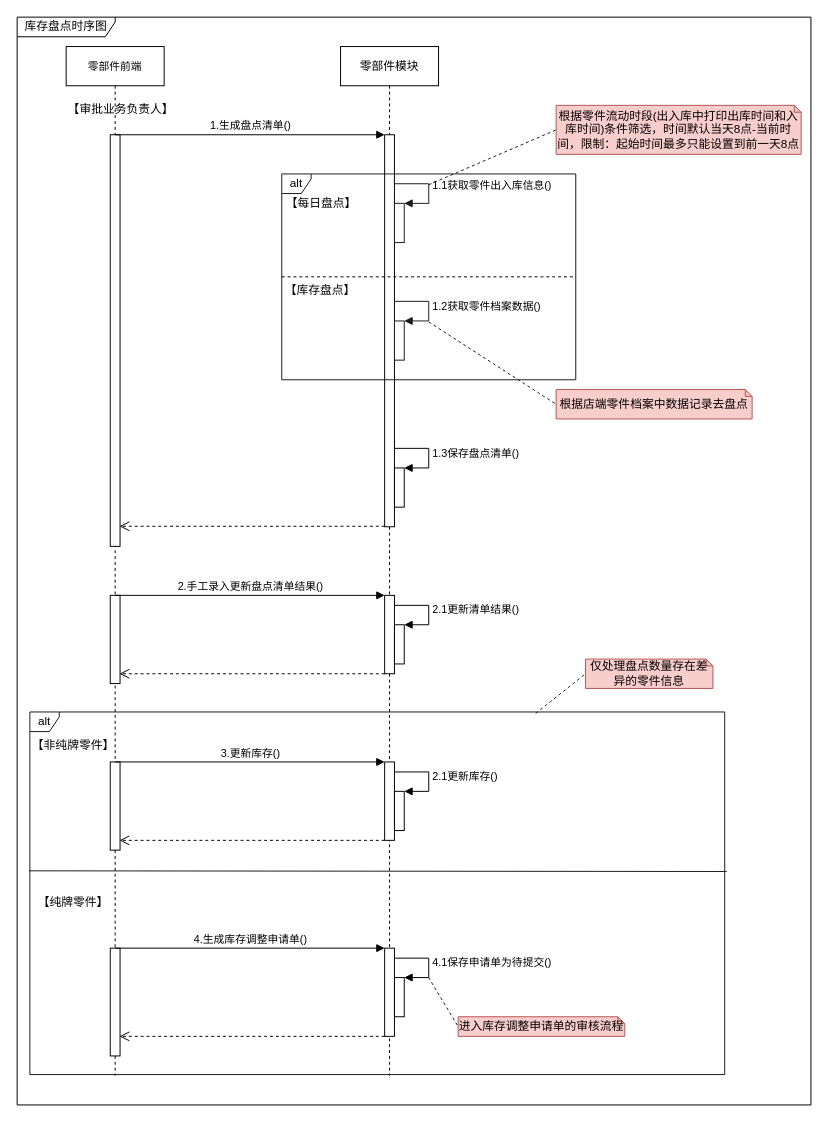
This is page "时序图" (1 of 6) of 库存管理-库存盘点.drawio from 1132489442/gitRepository1, a draw.io file, before an edit. Source tidied: cells renumbered, new cells numbered last; positions are measured from the earlier drawing's top-left corner, leaving out a move shared by most shapes. Both pictures are drawn from the tidied source at 98%, with x=0, y=0 at pixel (17, 17).
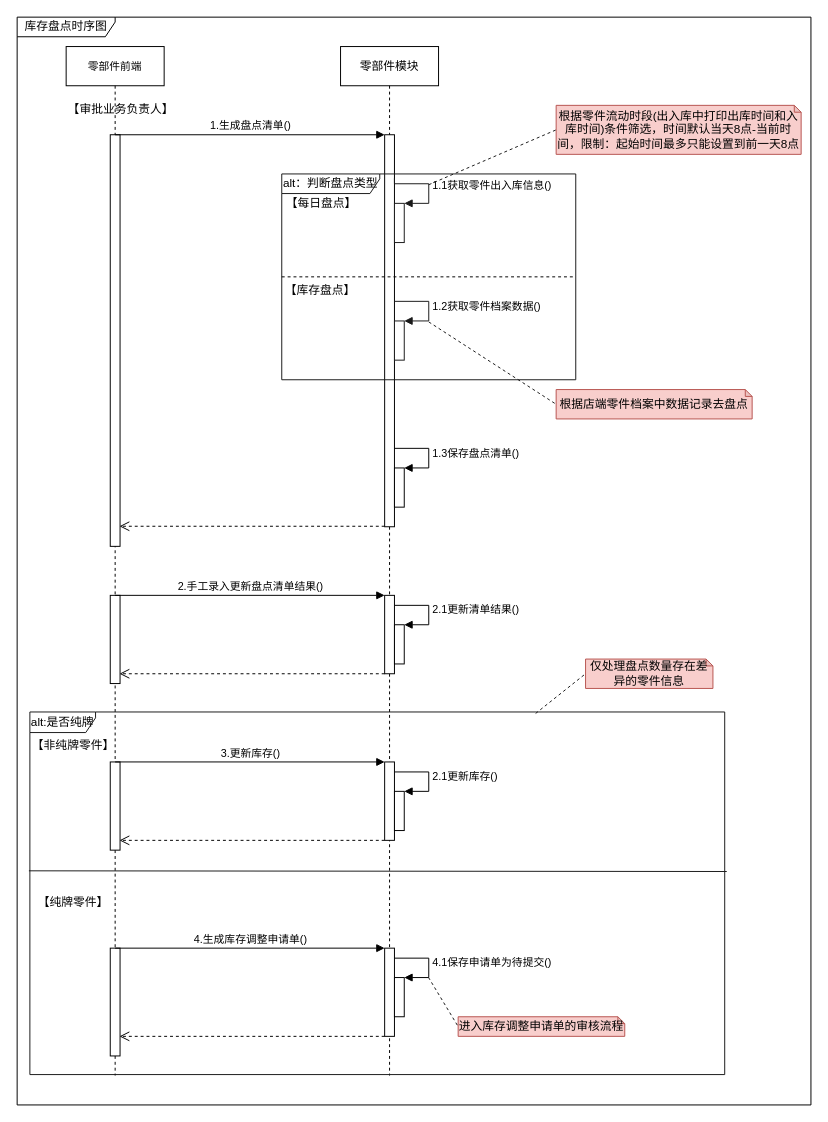
After the change.

The edit, as a diff of the source:
```diff
@@
-    <mxCell id="23" value="alt" style="shape=umlFrame;whiteSpace=wrap;html=1;strokeColor=#1A1A1A;fillColor=#FFFFFF;width=30;height=20;" parent="1" vertex="1">
+    <mxCell id="23" value="alt：判断盘点类型" style="shape=umlFrame;whiteSpace=wrap;html=1;strokeColor=#1A1A1A;fillColor=#FFFFFF;width=100;height=20;" parent="1" vertex="1">
       <mxGeometry x="270" y="160" width="300" height="210" as="geometry" />
     </mxCell>
@@
-    <mxCell id="48" value="alt" style="shape=umlFrame;whiteSpace=wrap;html=1;strokeColor=#1A1A1A;fillColor=#FFFFFF;width=30;height=20;" parent="1" vertex="1">
+    <mxCell id="48" value="alt:是否纯牌" style="shape=umlFrame;whiteSpace=wrap;html=1;strokeColor=#1A1A1A;fillColor=#FFFFFF;width=67;height=21;" parent="1" vertex="1">
       <mxGeometry x="13" y="709" width="709" height="370" as="geometry" />
     </mxCell>
```
